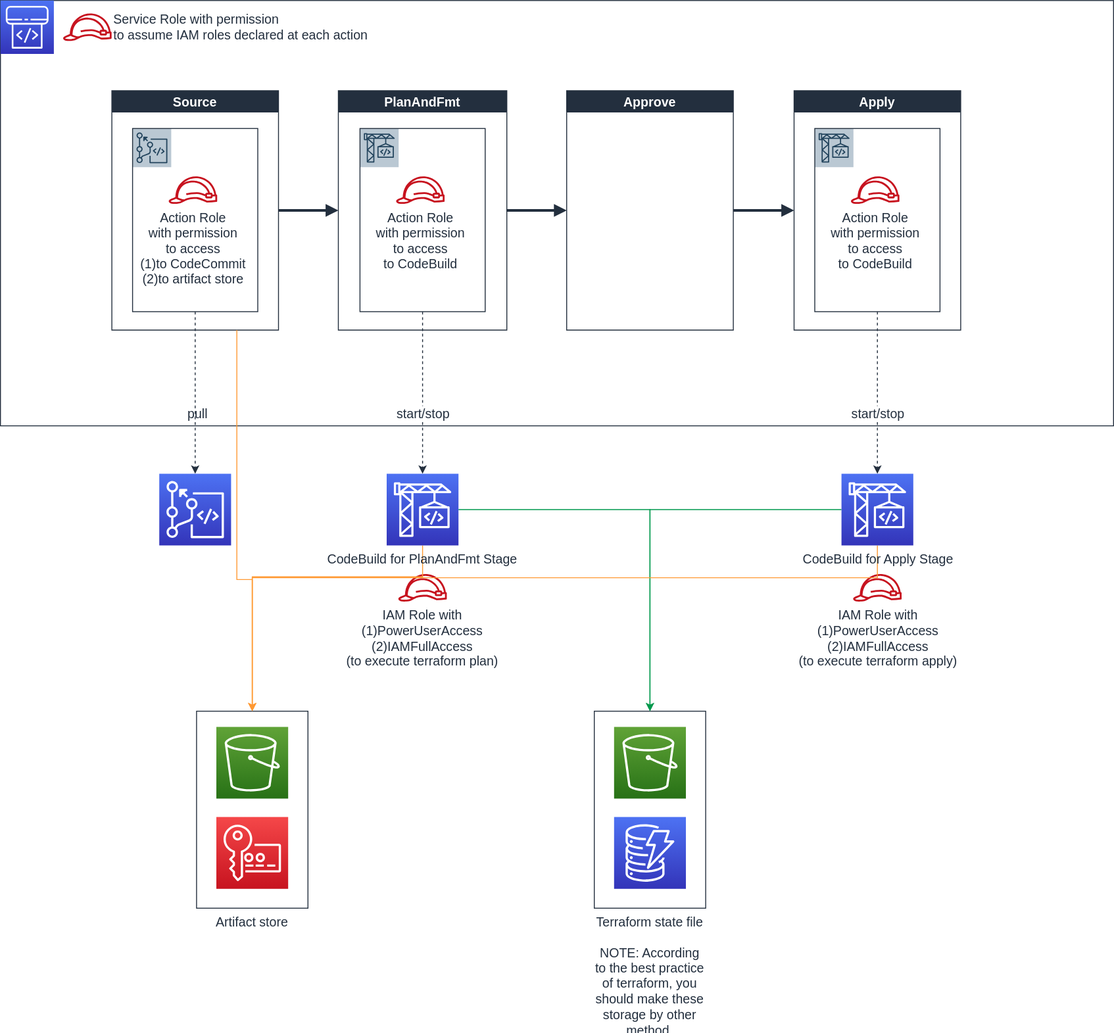
The draw.io diagram doc/architecture.drawio.svg in Donngi/terraform-example-codepipeline-execute-terraform, before a commit. Source tidied: cells renumbered, new cells last; positions are measured from the earlier drawing's top-left corner, leaving out a move shared by most shapes.
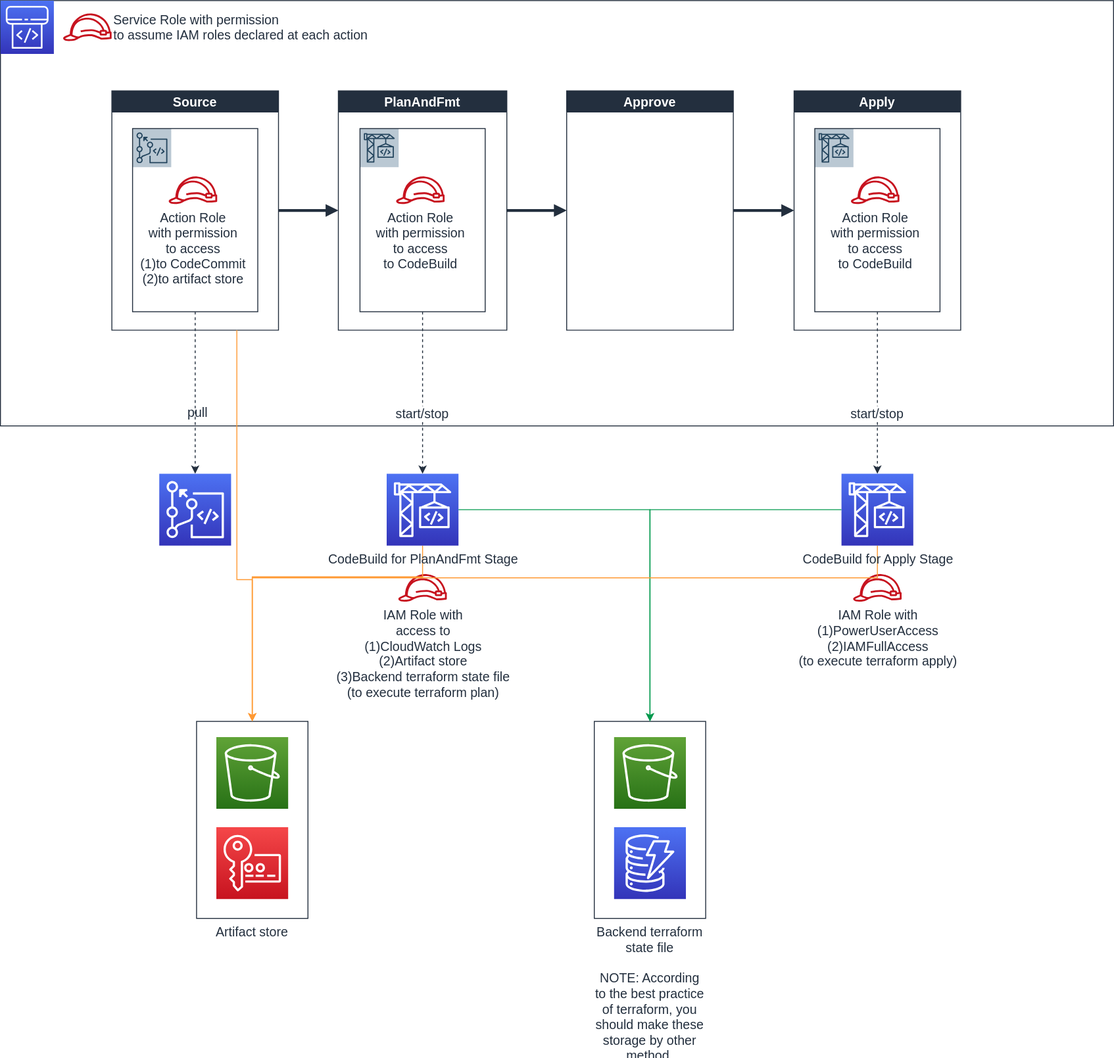
Above is the later version.

Commit message:
Add permission to access to backend

What changed in the source:
```diff
@@ -12,7 +12,7 @@
       <mxGeometry width="1209" height="462" as="geometry" />
     </mxCell>
     <mxCell id="5" value="Artifact store" style="rounded=0;whiteSpace=wrap;html=1;labelBackgroundColor=#ffffff;strokeColor=#232F3E;fillColor=none;fontSize=14;fontColor=#232F3E;labelPosition=center;verticalLabelPosition=bottom;align=center;verticalAlign=top;" parent="1" vertex="1">
-      <mxGeometry x="213" y="772" width="121" height="214" as="geometry" />
+      <mxGeometry x="213" y="783" width="121" height="214" as="geometry" />
     </mxCell>
     <mxCell id="6" style="fontColor=#232F3E;gradientColor=#4D72F3;gradientDirection=north;fillColor=#3334B9;strokeColor=#ffffff;dashed=0;verticalLabelPosition=bottom;verticalAlign=top;align=center;html=1;fontSize=14;fontStyle=0;shape=mxgraph.aws4.resourceIcon;resIcon=mxgraph.aws4.codepipeline;" parent="1" vertex="1">
       <mxGeometry width="58" height="58" as="geometry" />
@@ -32,7 +32,7 @@
     <mxCell id="11" value="Apply" style="swimlane;fillColor=#232F3E;strokeColor=#232F3E;fontSize=14;fontColor=#FFFFFF;" parent="1" vertex="1">
       <mxGeometry x="862" y="98" width="181" height="260" as="geometry" />
     </mxCell>
-    <mxCell id="12" value="IAM Role with&lt;br&gt;(1)PowerUserAccess&lt;br&gt;(2)IAMFullAccess&lt;br&gt;(to execute terraform plan)" style="fontColor=#232F3E;gradientColor=none;fillColor=#C7131F;strokeColor=none;dashed=0;verticalLabelPosition=bottom;verticalAlign=top;align=center;html=1;fontSize=14;fontStyle=0;shape=mxgraph.aws4.role;" parent="1" vertex="1">
+    <mxCell id="12" value="IAM Role with&lt;br&gt;access to&lt;br&gt;(1)CloudWatch Logs&lt;br&gt;(2)Artifact store&lt;br&gt;(3)Backend terraform state file&lt;br&gt;(to execute terraform plan)" style="fontColor=#232F3E;gradientColor=none;fillColor=#C7131F;strokeColor=none;dashed=0;verticalLabelPosition=bottom;verticalAlign=top;align=center;html=1;fontSize=14;fontStyle=0;shape=mxgraph.aws4.role;" parent="1" vertex="1">
       <mxGeometry x="431.9" y="623" width="53.2" height="30" as="geometry" />
     </mxCell>
     <mxCell id="13" value="IAM Role with&lt;br style=&quot;font-size: 14px&quot;&gt;(1)PowerUserAccess&lt;br&gt;(2)IAMFullAccess&lt;br&gt;(to execute terraform apply)" style="fontColor=#232F3E;gradientColor=none;fillColor=#C7131F;strokeColor=none;dashed=0;verticalLabelPosition=bottom;verticalAlign=top;align=center;html=1;fontSize=14;fontStyle=0;shape=mxgraph.aws4.role;" parent="1" vertex="1">
@@ -60,10 +60,10 @@
       <mxGeometry x="67.8" y="14" width="53.2" height="30" as="geometry" />
     </mxCell>
     <mxCell id="21" style="fontColor=#232F3E;gradientColor=#60A337;gradientDirection=north;fillColor=#277116;strokeColor=#ffffff;dashed=0;verticalLabelPosition=bottom;verticalAlign=top;align=center;html=1;fontSize=14;fontStyle=0;shape=mxgraph.aws4.resourceIcon;resIcon=mxgraph.aws4.s3;labelBackgroundColor=#ffffff;" parent="1" vertex="1">
-      <mxGeometry x="234.5" y="789" width="78" height="78" as="geometry" />
+      <mxGeometry x="234.5" y="800" width="78" height="78" as="geometry" />
     </mxCell>
     <mxCell id="22" style="fontColor=#232F3E;gradientColor=#F54749;gradientDirection=north;fillColor=#C7131F;strokeColor=#ffffff;dashed=0;verticalLabelPosition=bottom;verticalAlign=top;align=center;html=1;fontSize=12;fontStyle=0;shape=mxgraph.aws4.resourceIcon;resIcon=mxgraph.aws4.key_management_service;labelBackgroundColor=#ffffff;" parent="1" vertex="1">
-      <mxGeometry x="234.5" y="887" width="78" height="78" as="geometry" />
+      <mxGeometry x="234.5" y="898" width="78" height="78" as="geometry" />
     </mxCell>
     <mxCell id="23" style="edgeStyle=orthogonalEdgeStyle;rounded=0;jettySize=auto;html=1;entryX=0.5;entryY=0;entryDx=0;entryDy=0;fontSize=14;fontColor=#232F3E;exitX=0.75;exitY=1;exitDx=0;exitDy=0;fillColor=#ffff88;strokeColor=#FF9933;" parent="1" edge="1" source="8" target="5">
       <mxGeometry relative="1" as="geometry">
@@ -73,14 +73,14 @@
         </Array>
       </mxGeometry>
     </mxCell>
-    <mxCell id="24" value="Terraform state file&lt;br&gt;&lt;br&gt;NOTE: According to the best practice of terraform, you should make these storage by other method." style="rounded=0;whiteSpace=wrap;html=1;labelBackgroundColor=#ffffff;strokeColor=#232F3E;fillColor=none;fontSize=14;fontColor=#232F3E;labelPosition=center;verticalLabelPosition=bottom;align=center;verticalAlign=top;" parent="1" vertex="1">
-      <mxGeometry x="645" y="772" width="121" height="214" as="geometry" />
+    <mxCell id="24" value="Backend terraform state file&lt;br&gt;&lt;br&gt;NOTE: According to the best practice of terraform, you should make these storage by other method." style="rounded=0;whiteSpace=wrap;html=1;labelBackgroundColor=#ffffff;strokeColor=#232F3E;fillColor=none;fontSize=14;fontColor=#232F3E;labelPosition=center;verticalLabelPosition=bottom;align=center;verticalAlign=top;" parent="1" vertex="1">
+      <mxGeometry x="645" y="783" width="121" height="214" as="geometry" />
     </mxCell>
     <mxCell id="25" style="fontColor=#232F3E;gradientColor=#60A337;gradientDirection=north;fillColor=#277116;strokeColor=#ffffff;dashed=0;verticalLabelPosition=bottom;verticalAlign=top;align=center;html=1;fontSize=14;fontStyle=0;shape=mxgraph.aws4.resourceIcon;resIcon=mxgraph.aws4.s3;labelBackgroundColor=#ffffff;" parent="1" vertex="1">
-      <mxGeometry x="666.5" y="789" width="78" height="78" as="geometry" />
+      <mxGeometry x="666.5" y="800" width="78" height="78" as="geometry" />
     </mxCell>
     <mxCell id="26" style="fontColor=#232F3E;gradientColor=#4D72F3;gradientDirection=north;fillColor=#3334B9;strokeColor=#ffffff;dashed=0;verticalLabelPosition=bottom;verticalAlign=top;align=center;html=1;fontSize=12;fontStyle=0;shape=mxgraph.aws4.resourceIcon;resIcon=mxgraph.aws4.dynamodb;labelBackgroundColor=#ffffff;" parent="1" vertex="1">
-      <mxGeometry x="666.5" y="887" width="78" height="78" as="geometry" />
+      <mxGeometry x="666.5" y="898" width="78" height="78" as="geometry" />
     </mxCell>
     <mxCell id="27" style="edgeStyle=orthogonalEdgeStyle;rounded=0;jettySize=auto;html=1;fontSize=14;fontColor=#FF9933;exitX=1;exitY=0.5;exitDx=0;exitDy=0;exitPerimeter=0;strokeColor=#00994D;" parent="1" edge="1" source="41" target="24">
       <mxGeometry relative="1" as="geometry" />
```
